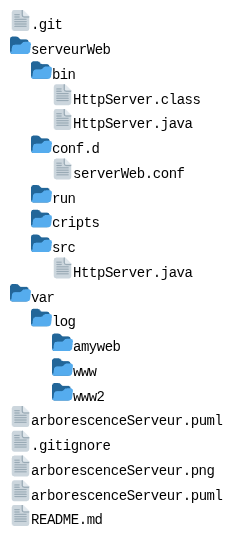
Above: arborescenceServeur.png in Le-Madec-Jean/ServerWeb_GALLOIS_LE_MADEC (PlantUML), before the change. Its source is kept beside it as arborescenceServeur.puml.
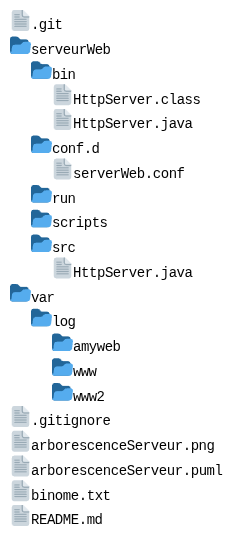
The same diagram one commit later.

Change to the diagram source:
```diff
@@ -4,7 +4,7 @@
 /serveurWeb/bin/HttpServer.java
 /serveurWeb/conf.d/serverWeb.conf
 /serveurWeb/run/
-/serveurWeb/cripts/
+/serveurWeb/scripts/
 /serveurWeb/src/HttpServer.java
 /var/log/amyweb/
 /var/log/www/
@@ -12,6 +12,6 @@
 /.gitignore
 /arborescenceServeur.png
 /arborescenceServeur.puml
-/binome.tkt
+/binome.txt
 /README.md
 @endfiles
```
